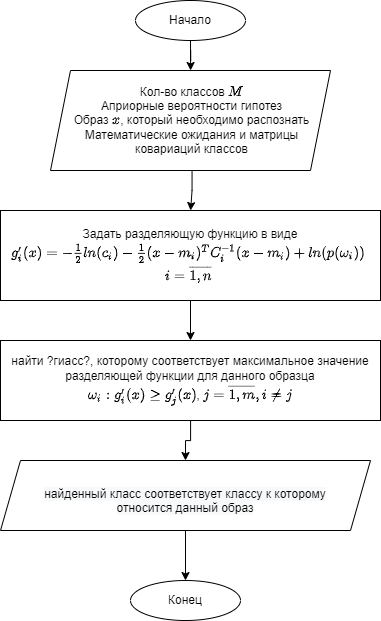
This is 2021-2022/гсв с различными матрицами ковариации/gsv_s_razn_matr_kovar.drawio.png from Saoqq/TOI, a draw.io export, as it was before one commit. Source tidied: cells renumbered, new cells last; positions are measured from the earlier drawing's top-left corner, leaving out a move shared by most shapes.
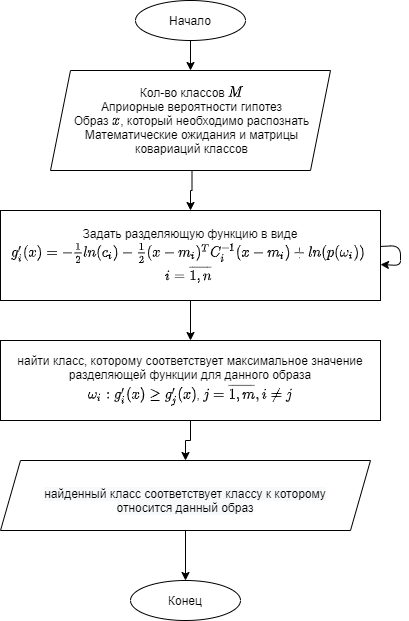
After the commit.

Commit message:
фикс графика

What changed in the source:
```diff
@@ -29,7 +29,7 @@
     <mxCell id="10" style="edgeStyle=orthogonalEdgeStyle;rounded=0;jettySize=auto;html=1;" parent="1" edge="1" source="11" target="13">
       <mxGeometry relative="1" as="geometry" />
     </mxCell>
-    <mxCell id="11" value="найти ?гиасс?, которому соответствует максимальное значение разделяющей функции для данного образца&lt;br&gt;\( \omega_i : g'_i (x) \geq g'_j (x) \), \( j= \overline{1,m} , i \neq j \)" style="rounded=0;whiteSpace=wrap;html=1;" parent="1" vertex="1">
+    <mxCell id="11" value="найти класс, которому соответствует максимальное значение разделяющей функции для данного образа&lt;br&gt;\( \omega_i : g'_i (x) \geq g'_j (x) \), \( j= \overline{1,m} , i \neq j \)" style="rounded=0;whiteSpace=wrap;html=1;" parent="1" vertex="1">
       <mxGeometry y="340" width="380" height="80" as="geometry" />
     </mxCell>
     <mxCell id="12" style="edgeStyle=orthogonalEdgeStyle;rounded=0;jettySize=auto;html=1;" parent="1" edge="1" source="13" target="14">
@@ -44,5 +44,8 @@
     <mxCell id="15" value="&lt;span style=&quot;color: rgb(0 , 0 , 0) ; font-family: &amp;#34;helvetica&amp;#34; ; font-size: 12px ; font-style: normal ; font-weight: 400 ; letter-spacing: normal ; text-indent: 0px ; text-transform: none ; word-spacing: 0px ; background-color: rgb(248 , 249 , 250) ; display: inline ; float: none&quot;&gt;найденный класс соответствует классу к которому относится данный образ&lt;/span&gt;" style="text;whiteSpace=wrap;html=1;align=center;" parent="1" vertex="1">
       <mxGeometry x="20" y="480" width="330" height="50" as="geometry" />
     </mxCell>
+    <mxCell id="16" style="edgeStyle=none;html=1;" parent="1" edge="1" source="8" target="8">
+      <mxGeometry relative="1" as="geometry" />
+    </mxCell>
   </root>
 </mxGraphModel>
```
